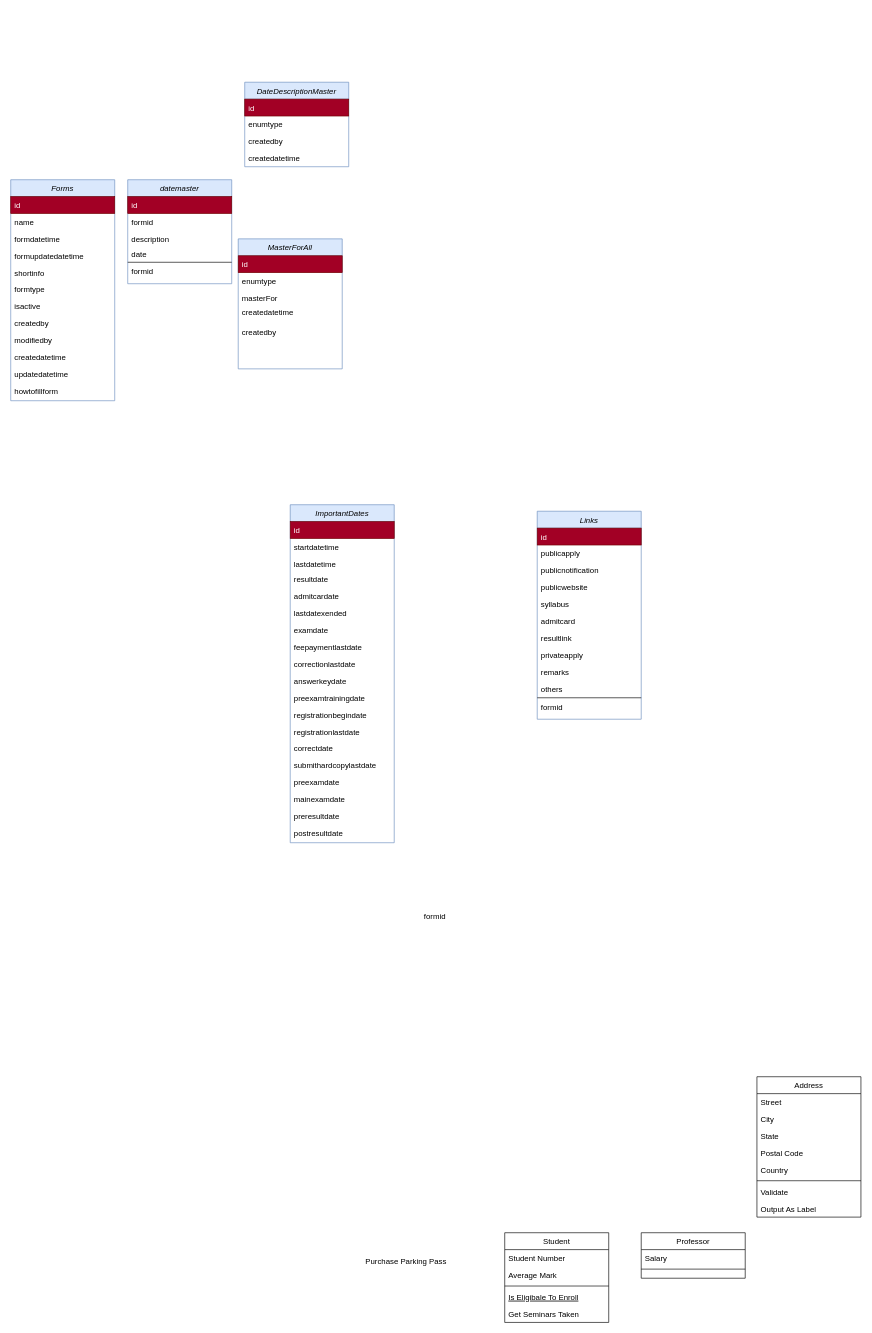
mrvishalagrawal/easy-portal keeps this draw.io diagram as db/Untitled Diagram.drawio. Above is the earlier version. Source tidied: cells renumbered, new cells numbered last; positions are measured from the earlier drawing's top-left corner, leaving out a move shared by most shapes. Both pictures are drawn from the tidied source at 65%, with x=0, y=0 at pixel (10, 82).
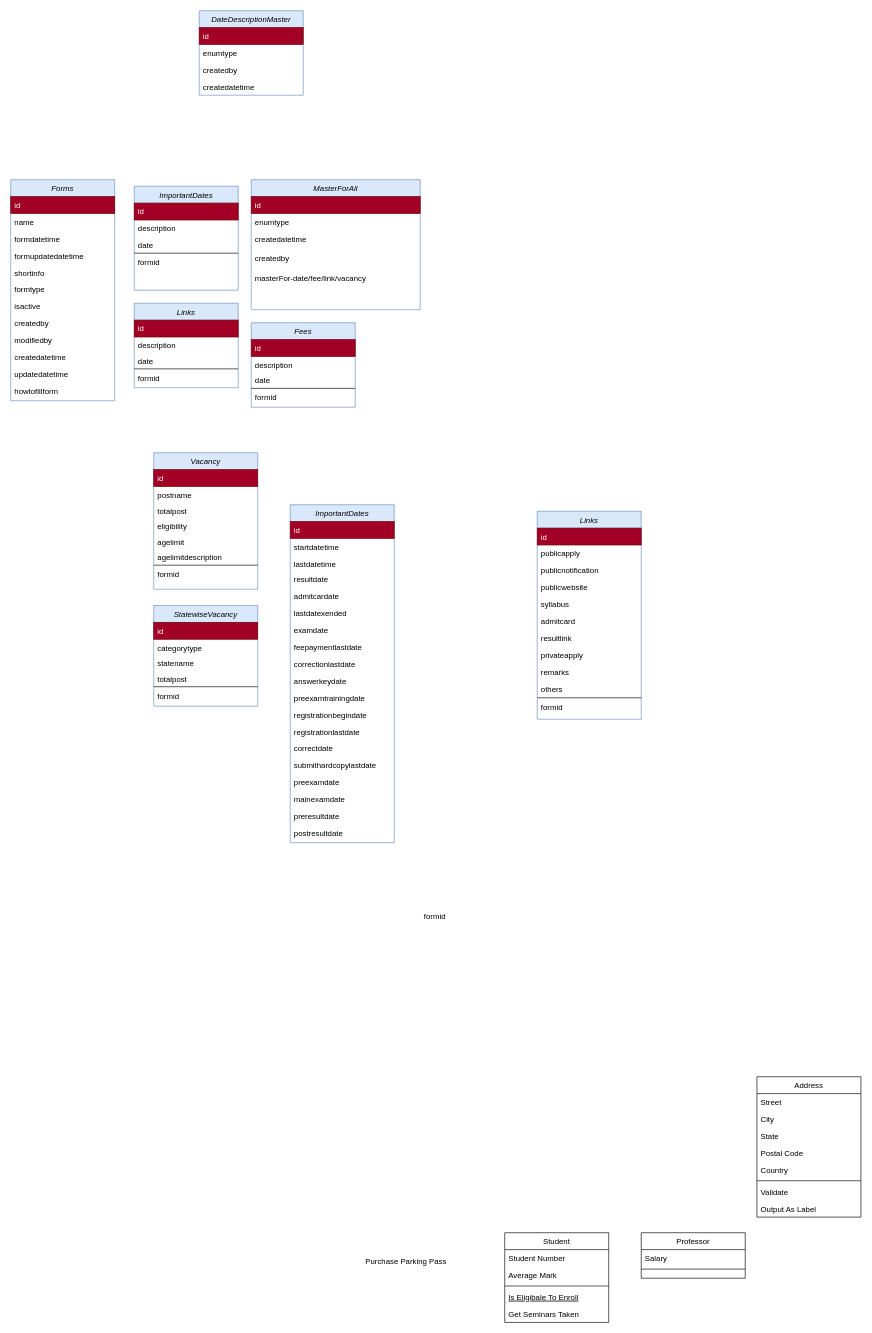
The same diagram, later.

Diff of the diagram source:
```diff
@@
-    <mxCell id="68" value="datemaster" style="swimlane;fontStyle=2;align=center;verticalAlign=top;horizontal=1;startSize=26;rounded=0;shadow=0;strokeWidth=1;fillColor=#dae8fc;strokeColor=#6c8ebf;" parent="1" vertex="1">
-      <mxGeometry x="180" y="150" width="160" height="160" as="geometry" />
-    </mxCell>
-    <mxCell id="69" value="id" style="text;align=left;verticalAlign=top;spacingLeft=4;spacingRight=4;overflow=hidden;fillColor=#a20025;strokeColor=#6F0000;fontColor=#ffffff;" parent="68" vertex="1">
-      <mxGeometry y="26" width="160" height="26" as="geometry" />
-    </mxCell>
-    <mxCell id="70" value="formid" style="text;align=left;verticalAlign=top;spacingLeft=4;spacingRight=4;overflow=hidden;rounded=0;shadow=0;html=0;" parent="68" vertex="1">
-      <mxGeometry y="52" width="160" height="26" as="geometry" />
-    </mxCell>
-    <mxCell id="71" value="description" style="text;align=left;verticalAlign=top;spacingLeft=4;spacingRight=4;overflow=hidden;rounded=0;shadow=0;html=0;" parent="68" vertex="1">
-      <mxGeometry y="78" width="160" height="24" as="geometry" />
-    </mxCell>
-    <mxCell id="72" value="date" style="text;align=left;verticalAlign=top;spacingLeft=4;spacingRight=4;overflow=hidden;rounded=0;shadow=0;html=0;" parent="68" vertex="1">
-      <mxGeometry y="102" width="160" height="24" as="geometry" />
-    </mxCell>
-    <mxCell id="73" style="line;html=1;strokeWidth=1;align=left;verticalAlign=middle;spacingTop=-1;spacingLeft=3;spacingRight=3;labelPosition=right;" parent="68" vertex="1">
-      <mxGeometry y="126" width="160" height="2" as="geometry" />
-    </mxCell>
-    <mxCell id="74" value="formid" style="text;align=left;verticalAlign=top;spacingLeft=4;spacingRight=4;overflow=hidden;rounded=0;shadow=0;html=0;" parent="68" vertex="1">
-      <mxGeometry y="128" width="160" height="24" as="geometry" />
-    </mxCell>
+    <mxCell id="80" value="MasterForAll" style="swimlane;fontStyle=2;align=center;verticalAlign=top;horizontal=1;startSize=26;rounded=0;shadow=0;strokeWidth=1;fillColor=#dae8fc;strokeColor=#6c8ebf;" parent="1" vertex="1">
+      <mxGeometry x="370" y="150" width="260" height="200" as="geometry" />
+    </mxCell>
+    <mxCell id="81" value="id" style="text;align=left;verticalAlign=top;spacingLeft=4;spacingRight=4;overflow=hidden;fillColor=#a20025;strokeColor=#6F0000;fontColor=#ffffff;" parent="80" vertex="1">
+      <mxGeometry y="26" width="260" height="26" as="geometry" />
+    </mxCell>
+    <mxCell id="82" value="enumtype" style="text;align=left;verticalAlign=top;spacingLeft=4;spacingRight=4;overflow=hidden;rounded=0;shadow=0;html=0;" parent="80" vertex="1">
+      <mxGeometry y="52" width="260" height="26" as="geometry" />
+    </mxCell>
+    <mxCell id="84" value="createdatetime" style="text;align=left;verticalAlign=top;spacingLeft=4;spacingRight=4;overflow=hidden;rounded=0;shadow=0;html=0;" parent="80" vertex="1">
+      <mxGeometry y="78" width="260" height="30" as="geometry" />
+    </mxCell>
+    <mxCell id="85" value="createdby" style="text;align=left;verticalAlign=top;spacingLeft=4;spacingRight=4;overflow=hidden;rounded=0;shadow=0;html=0;" parent="80" vertex="1">
+      <mxGeometry y="108" width="260" height="30" as="geometry" />
+    </mxCell>
+    <mxCell id="83" value="masterFor-date/fee/link/vacancy" style="text;align=left;verticalAlign=top;spacingLeft=4;spacingRight=4;overflow=hidden;rounded=0;shadow=0;html=0;" parent="80" vertex="1">
+      <mxGeometry y="138" width="260" height="22" as="geometry" />
+    </mxCell>
     <mxCell id="75" value="DateDescriptionMaster" style="swimlane;fontStyle=2;align=center;verticalAlign=top;horizontal=1;startSize=26;rounded=0;shadow=0;strokeWidth=1;fillColor=#dae8fc;strokeColor=#6c8ebf;" parent="1" vertex="1">
-      <mxGeometry x="360" width="160" height="130" as="geometry" />
+      <mxGeometry x="290" y="-110" width="160" height="130" as="geometry" />
     </mxCell>
@@
-    <mxCell id="80" value="MasterForAll" style="swimlane;fontStyle=2;align=center;verticalAlign=top;horizontal=1;startSize=26;rounded=0;shadow=0;strokeWidth=1;fillColor=#dae8fc;strokeColor=#6c8ebf;" parent="1" vertex="1">
-      <mxGeometry x="350" y="241" width="160" height="200" as="geometry" />
-    </mxCell>
-    <mxCell id="81" value="id" style="text;align=left;verticalAlign=top;spacingLeft=4;spacingRight=4;overflow=hidden;fillColor=#a20025;strokeColor=#6F0000;fontColor=#ffffff;" parent="80" vertex="1">
-      <mxGeometry y="26" width="160" height="26" as="geometry" />
-    </mxCell>
-    <mxCell id="82" value="enumtype" style="text;align=left;verticalAlign=top;spacingLeft=4;spacingRight=4;overflow=hidden;rounded=0;shadow=0;html=0;" parent="80" vertex="1">
-      <mxGeometry y="52" width="160" height="26" as="geometry" />
-    </mxCell>
-    <mxCell id="83" value="masterFor" style="text;align=left;verticalAlign=top;spacingLeft=4;spacingRight=4;overflow=hidden;rounded=0;shadow=0;html=0;" parent="80" vertex="1">
-      <mxGeometry y="78" width="160" height="22" as="geometry" />
-    </mxCell>
-    <mxCell id="84" value="createdatetime" style="text;align=left;verticalAlign=top;spacingLeft=4;spacingRight=4;overflow=hidden;rounded=0;shadow=0;html=0;" parent="80" vertex="1">
-      <mxGeometry y="100" width="160" height="30" as="geometry" />
-    </mxCell>
-    <mxCell id="85" value="createdby" style="text;align=left;verticalAlign=top;spacingLeft=4;spacingRight=4;overflow=hidden;rounded=0;shadow=0;html=0;" parent="80" vertex="1">
-      <mxGeometry y="130" width="160" height="30" as="geometry" />
-    </mxCell>
+    <mxCell id="86" value="ImportantDates" style="swimlane;fontStyle=2;align=center;verticalAlign=top;horizontal=1;startSize=26;rounded=0;shadow=0;strokeWidth=1;fillColor=#dae8fc;strokeColor=#6c8ebf;" parent="1" vertex="1">
+      <mxGeometry x="190" y="160" width="160" height="160" as="geometry" />
+    </mxCell>
+    <mxCell id="87" value="id" style="text;align=left;verticalAlign=top;spacingLeft=4;spacingRight=4;overflow=hidden;fillColor=#a20025;strokeColor=#6F0000;fontColor=#ffffff;" parent="86" vertex="1">
+      <mxGeometry y="26" width="160" height="26" as="geometry" />
+    </mxCell>
+    <mxCell id="88" value="description" style="text;align=left;verticalAlign=top;spacingLeft=4;spacingRight=4;overflow=hidden;rounded=0;shadow=0;html=0;" parent="86" vertex="1">
+      <mxGeometry y="52" width="160" height="26" as="geometry" />
+    </mxCell>
+    <mxCell id="89" value="date" style="text;align=left;verticalAlign=top;spacingLeft=4;spacingRight=4;overflow=hidden;rounded=0;shadow=0;html=0;" parent="86" vertex="1">
+      <mxGeometry y="78" width="160" height="24" as="geometry" />
+    </mxCell>
+    <mxCell id="90" style="line;html=1;strokeWidth=1;align=left;verticalAlign=middle;spacingTop=-1;spacingLeft=3;spacingRight=3;labelPosition=right;" parent="86" vertex="1">
+      <mxGeometry y="102" width="160" height="2" as="geometry" />
+    </mxCell>
+    <mxCell id="91" value="formid" style="text;align=left;verticalAlign=top;spacingLeft=4;spacingRight=4;overflow=hidden;rounded=0;shadow=0;html=0;" parent="86" vertex="1">
+      <mxGeometry y="104" width="160" height="24" as="geometry" />
+    </mxCell>
+    <mxCell id="68" value="Links" style="swimlane;fontStyle=2;align=center;verticalAlign=top;horizontal=1;startSize=26;rounded=0;shadow=0;strokeWidth=1;fillColor=#dae8fc;strokeColor=#6c8ebf;" parent="1" vertex="1">
+      <mxGeometry x="190" y="340" width="160" height="130" as="geometry" />
+    </mxCell>
+    <mxCell id="69" value="id" style="text;align=left;verticalAlign=top;spacingLeft=4;spacingRight=4;overflow=hidden;fillColor=#a20025;strokeColor=#6F0000;fontColor=#ffffff;" parent="68" vertex="1">
+      <mxGeometry y="26" width="160" height="26" as="geometry" />
+    </mxCell>
+    <mxCell id="71" value="description" style="text;align=left;verticalAlign=top;spacingLeft=4;spacingRight=4;overflow=hidden;rounded=0;shadow=0;html=0;" parent="68" vertex="1">
+      <mxGeometry y="52" width="160" height="24" as="geometry" />
+    </mxCell>
+    <mxCell id="72" value="date" style="text;align=left;verticalAlign=top;spacingLeft=4;spacingRight=4;overflow=hidden;rounded=0;shadow=0;html=0;" parent="68" vertex="1">
+      <mxGeometry y="76" width="160" height="24" as="geometry" />
+    </mxCell>
+    <mxCell id="73" style="line;html=1;strokeWidth=1;align=left;verticalAlign=middle;spacingTop=-1;spacingLeft=3;spacingRight=3;labelPosition=right;" parent="68" vertex="1">
+      <mxGeometry y="100" width="160" height="2" as="geometry" />
+    </mxCell>
+    <mxCell id="74" value="formid" style="text;align=left;verticalAlign=top;spacingLeft=4;spacingRight=4;overflow=hidden;rounded=0;shadow=0;html=0;" parent="68" vertex="1">
+      <mxGeometry y="102" width="160" height="26" as="geometry" />
+    </mxCell>
+    <mxCell id="92" value="Fees" style="swimlane;fontStyle=2;align=center;verticalAlign=top;horizontal=1;startSize=26;rounded=0;shadow=0;strokeWidth=1;fillColor=#dae8fc;strokeColor=#6c8ebf;" parent="1" vertex="1">
+      <mxGeometry x="370" y="370" width="160" height="130" as="geometry" />
+    </mxCell>
+    <mxCell id="93" value="id" style="text;align=left;verticalAlign=top;spacingLeft=4;spacingRight=4;overflow=hidden;fillColor=#a20025;strokeColor=#6F0000;fontColor=#ffffff;" parent="92" vertex="1">
+      <mxGeometry y="26" width="160" height="26" as="geometry" />
+    </mxCell>
+    <mxCell id="94" value="description" style="text;align=left;verticalAlign=top;spacingLeft=4;spacingRight=4;overflow=hidden;rounded=0;shadow=0;html=0;" parent="92" vertex="1">
+      <mxGeometry y="52" width="160" height="24" as="geometry" />
+    </mxCell>
+    <mxCell id="95" value="date" style="text;align=left;verticalAlign=top;spacingLeft=4;spacingRight=4;overflow=hidden;rounded=0;shadow=0;html=0;" parent="92" vertex="1">
+      <mxGeometry y="76" width="160" height="24" as="geometry" />
+    </mxCell>
+    <mxCell id="96" style="line;html=1;strokeWidth=1;align=left;verticalAlign=middle;spacingTop=-1;spacingLeft=3;spacingRight=3;labelPosition=right;" parent="92" vertex="1">
+      <mxGeometry y="100" width="160" height="2" as="geometry" />
+    </mxCell>
+    <mxCell id="97" value="formid" style="text;align=left;verticalAlign=top;spacingLeft=4;spacingRight=4;overflow=hidden;rounded=0;shadow=0;html=0;" parent="92" vertex="1">
+      <mxGeometry y="102" width="160" height="26" as="geometry" />
+    </mxCell>
+    <mxCell id="98" value="Vacancy" style="swimlane;fontStyle=2;align=center;verticalAlign=top;horizontal=1;startSize=26;rounded=0;shadow=0;strokeWidth=1;fillColor=#dae8fc;strokeColor=#6c8ebf;" parent="1" vertex="1">
+      <mxGeometry x="220" y="570" width="160" height="210" as="geometry" />
+    </mxCell>
+    <mxCell id="99" value="id" style="text;align=left;verticalAlign=top;spacingLeft=4;spacingRight=4;overflow=hidden;fillColor=#a20025;strokeColor=#6F0000;fontColor=#ffffff;" parent="98" vertex="1">
+      <mxGeometry y="26" width="160" height="26" as="geometry" />
+    </mxCell>
+    <mxCell id="100" value="postname" style="text;align=left;verticalAlign=top;spacingLeft=4;spacingRight=4;overflow=hidden;rounded=0;shadow=0;html=0;" parent="98" vertex="1">
+      <mxGeometry y="52" width="160" height="24" as="geometry" />
+    </mxCell>
+    <mxCell id="101" value="totalpost" style="text;align=left;verticalAlign=top;spacingLeft=4;spacingRight=4;overflow=hidden;rounded=0;shadow=0;html=0;" parent="98" vertex="1">
+      <mxGeometry y="76" width="160" height="24" as="geometry" />
+    </mxCell>
+    <mxCell id="102" value="eligibility" style="text;align=left;verticalAlign=top;spacingLeft=4;spacingRight=4;overflow=hidden;rounded=0;shadow=0;html=0;" parent="98" vertex="1">
+      <mxGeometry y="100" width="160" height="24" as="geometry" />
+    </mxCell>
+    <mxCell id="103" value="agelimit" style="text;align=left;verticalAlign=top;spacingLeft=4;spacingRight=4;overflow=hidden;rounded=0;shadow=0;html=0;" parent="98" vertex="1">
+      <mxGeometry y="124" width="160" height="24" as="geometry" />
+    </mxCell>
+    <mxCell id="104" value="agelimitdescription" style="text;align=left;verticalAlign=top;spacingLeft=4;spacingRight=4;overflow=hidden;rounded=0;shadow=0;html=0;" parent="98" vertex="1">
+      <mxGeometry y="148" width="160" height="24" as="geometry" />
+    </mxCell>
+    <mxCell id="105" style="line;html=1;strokeWidth=1;align=left;verticalAlign=middle;spacingTop=-1;spacingLeft=3;spacingRight=3;labelPosition=right;" parent="98" vertex="1">
+      <mxGeometry y="172" width="160" height="2" as="geometry" />
+    </mxCell>
+    <mxCell id="106" value="formid" style="text;align=left;verticalAlign=top;spacingLeft=4;spacingRight=4;overflow=hidden;rounded=0;shadow=0;html=0;" parent="98" vertex="1">
+      <mxGeometry y="174" width="160" height="26" as="geometry" />
+    </mxCell>
+    <mxCell id="107" value="StatewiseVacancy" style="swimlane;fontStyle=2;align=center;verticalAlign=top;horizontal=1;startSize=26;rounded=0;shadow=0;strokeWidth=1;fillColor=#dae8fc;strokeColor=#6c8ebf;" parent="1" vertex="1">
+      <mxGeometry x="220" y="805" width="160" height="155" as="geometry" />
+    </mxCell>
+    <mxCell id="108" value="id" style="text;align=left;verticalAlign=top;spacingLeft=4;spacingRight=4;overflow=hidden;fillColor=#a20025;strokeColor=#6F0000;fontColor=#ffffff;" parent="107" vertex="1">
+      <mxGeometry y="26" width="160" height="26" as="geometry" />
+    </mxCell>
+    <mxCell id="109" value="categorytype" style="text;align=left;verticalAlign=top;spacingLeft=4;spacingRight=4;overflow=hidden;rounded=0;shadow=0;html=0;" parent="107" vertex="1">
+      <mxGeometry y="52" width="160" height="24" as="geometry" />
+    </mxCell>
+    <mxCell id="110" value="statename" style="text;align=left;verticalAlign=top;spacingLeft=4;spacingRight=4;overflow=hidden;rounded=0;shadow=0;html=0;" parent="107" vertex="1">
+      <mxGeometry y="76" width="160" height="24" as="geometry" />
+    </mxCell>
+    <mxCell id="111" value="totalpost" style="text;align=left;verticalAlign=top;spacingLeft=4;spacingRight=4;overflow=hidden;rounded=0;shadow=0;html=0;" parent="107" vertex="1">
+      <mxGeometry y="100" width="160" height="24" as="geometry" />
+    </mxCell>
+    <mxCell id="112" style="line;html=1;strokeWidth=1;align=left;verticalAlign=middle;spacingTop=-1;spacingLeft=3;spacingRight=3;labelPosition=right;" parent="107" vertex="1">
+      <mxGeometry y="124" width="160" height="2" as="geometry" />
+    </mxCell>
+    <mxCell id="113" value="formid" style="text;align=left;verticalAlign=top;spacingLeft=4;spacingRight=4;overflow=hidden;rounded=0;shadow=0;html=0;" parent="107" vertex="1">
+      <mxGeometry y="126" width="160" height="28" as="geometry" />
+    </mxCell>
```
